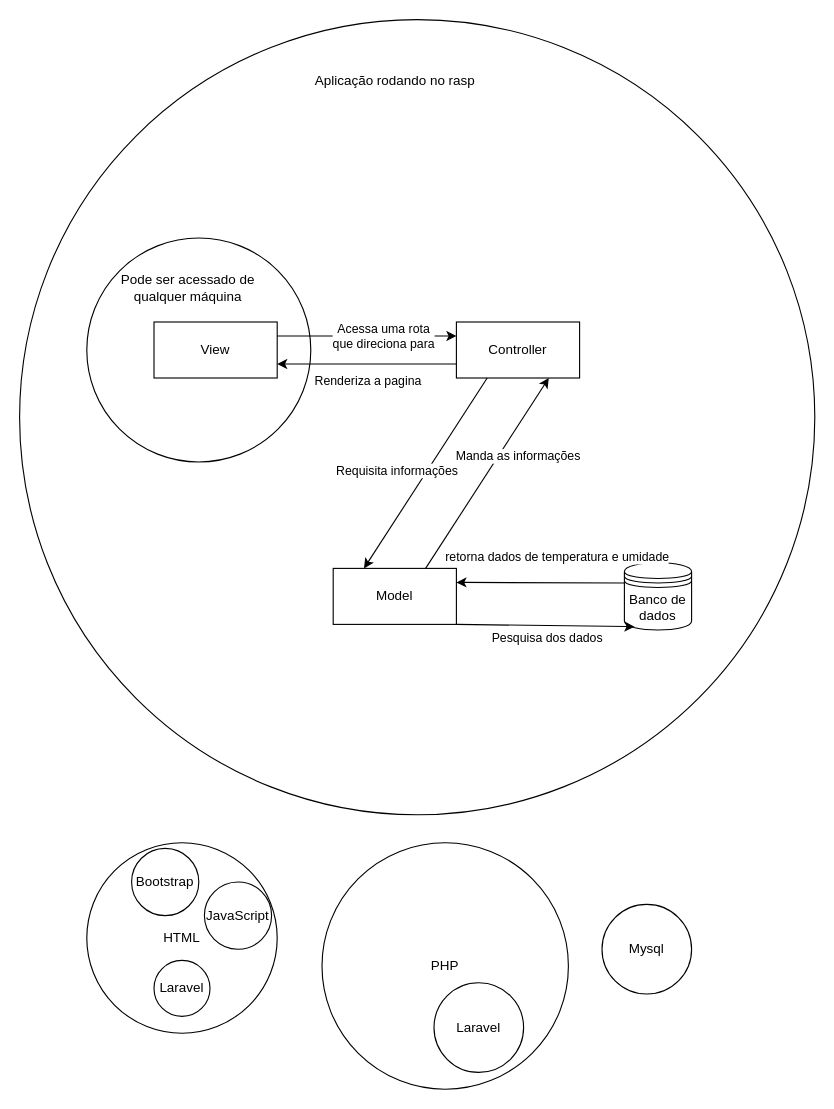
Earlier version of the draw.io diagram Diagrama sem nome.drawio (Lecrepus17/ofmakers). Source tidied: cells renumbered, new cells numbered last; positions are measured from the earlier drawing's top-left corner, leaving out a move shared by most shapes. Both pictures are drawn from the tidied source at 112%, with x=0, y=0 at pixel (19, 19).
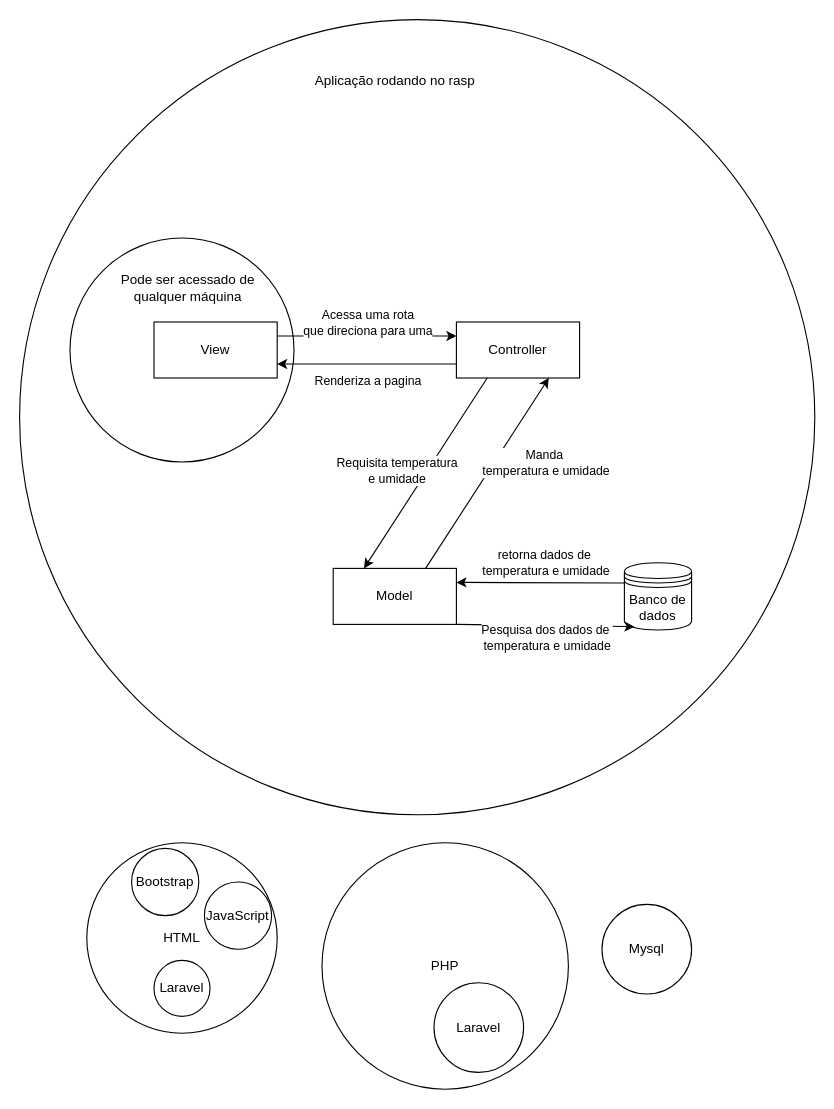
Above is the later version.

Unchanged cells that the change refers to:
```xml
<mxCell id="7" style="endArrow=classic;html=1;rounded=0;exitX=0.75;exitY=0;exitDx=0;exitDy=0;entryX=0.75;entryY=1;entryDx=0;entryDy=0;" parent="1" edge="1" source="5" target="4">
  <mxGeometry relative="1" as="geometry" />
</mxCell>
<mxCell id="9" style="endArrow=classic;html=1;rounded=0;exitX=0.25;exitY=1;exitDx=0;exitDy=0;entryX=0.25;entryY=0;entryDx=0;entryDy=0;" parent="1" edge="1" source="4" target="5">
  <mxGeometry relative="1" as="geometry" />
</mxCell>
<mxCell id="11" style="endArrow=classic;html=1;rounded=0;exitX=0;exitY=0.3;exitDx=0;exitDy=0;entryX=1;entryY=0.25;entryDx=0;entryDy=0;" parent="1" edge="1" source="6" target="5">
  <mxGeometry relative="1" as="geometry" />
</mxCell>
<mxCell id="13" style="endArrow=classic;html=1;rounded=0;exitX=1;exitY=1;exitDx=0;exitDy=0;entryX=0.15;entryY=0.95;entryDx=0;entryDy=0;entryPerimeter=0;" parent="1" edge="1" source="5" target="6">
  <mxGeometry relative="1" as="geometry" />
</mxCell>
<mxCell id="18" style="endArrow=classic;html=1;rounded=0;exitX=1;exitY=0.25;exitDx=0;exitDy=0;entryX=0;entryY=0.25;entryDx=0;entryDy=0;" parent="1" edge="1" source="15" target="4">
  <mxGeometry relative="1" as="geometry" />
</mxCell>
```

Change to the diagram source:
```diff
@@
     <mxCell id="3" value="&lt;div&gt;&lt;br&gt;&lt;/div&gt;&lt;div&gt;&lt;br&gt;&lt;/div&gt;&lt;div&gt;&lt;br&gt;&lt;/div&gt;&lt;div&gt;&lt;br&gt;&lt;/div&gt;&lt;div&gt;&lt;br&gt;&lt;/div&gt;&lt;div&gt;&lt;br&gt;&lt;/div&gt;" style="ellipse;whiteSpace=wrap;html=1;direction=south;" parent="1" vertex="1">
-      <mxGeometry x="60" y="195" width="200" height="200" as="geometry" />
+      <mxGeometry x="45" y="195" width="200" height="200" as="geometry" />
     </mxCell>
@@
-    <mxCell id="8" value="Manda as informações" style="edgeLabel;html=1;align=center;verticalAlign=middle;" parent="7" vertex="1">
+    <mxCell id="8" value="&lt;div&gt;Manda&amp;nbsp;&lt;/div&gt;&lt;div&gt;temperatura e umidade&lt;/div&gt;" style="edgeLabel;html=1;align=center;verticalAlign=middle;" parent="7" vertex="1">
       <mxGeometry x="0.18" y="-4" relative="1" as="geometry">
-        <mxPoint x="14" y="-3" as="offset" />
+        <mxPoint x="39" y="3" as="offset" />
       </mxGeometry>
     </mxCell>
@@
-    <mxCell id="10" value="Requisita informações" style="edgeLabel;html=1;align=center;verticalAlign=middle;" parent="9" vertex="1">
+    <mxCell id="10" value="&lt;div&gt;Requisita temperatura&lt;/div&gt;&lt;div&gt;e umidade&lt;br&gt;&lt;/div&gt;" style="edgeLabel;html=1;align=center;verticalAlign=middle;" parent="9" vertex="1">
       <mxGeometry x="0.36" y="-3" relative="1" as="geometry">
         <mxPoint x="-4" y="-32" as="offset" />
       </mxGeometry>
     </mxCell>
@@
-    <mxCell id="12" value="retorna dados de temperatura e umidade" style="edgeLabel;html=1;align=center;verticalAlign=middle;" parent="11" vertex="1">
+    <mxCell id="12" value="&lt;div&gt;retorna dados de&amp;nbsp;&lt;/div&gt;&lt;div&gt;temperatura e umidade&lt;/div&gt;" style="edgeLabel;html=1;align=center;verticalAlign=middle;" parent="11" vertex="1">
       <mxGeometry x="0.14" y="3" relative="1" as="geometry">
-        <mxPoint x="26" y="-26" as="offset" />
+        <mxPoint x="16" y="-21" as="offset" />
       </mxGeometry>
     </mxCell>
@@
-    <mxCell id="14" value="Pesquisa dos dados" style="edgeLabel;html=1;align=center;verticalAlign=middle;" parent="13" vertex="1">
+    <mxCell id="14" value="&lt;div&gt;Pesquisa dos dados de&amp;nbsp;&lt;/div&gt;&lt;div&gt;temperatura e umidade&lt;br&gt;&lt;/div&gt;" style="edgeLabel;html=1;align=center;verticalAlign=middle;" parent="13" vertex="1">
       <mxGeometry x="-0.39" y="1" relative="1" as="geometry">
         <mxPoint x="32" y="12" as="offset" />
       </mxGeometry>
     </mxCell>
@@
-    <mxCell id="19" value="&lt;div&gt;Acessa uma rota&lt;/div&gt;&lt;div&gt;que direciona para&lt;br&gt;&lt;/div&gt;" style="edgeLabel;html=1;align=center;verticalAlign=middle;" parent="18" vertex="1">
+    <mxCell id="19" value="&lt;div&gt;Acessa uma rota&lt;/div&gt;&lt;div&gt;que direciona para uma&lt;br&gt;&lt;/div&gt;" style="edgeLabel;html=1;align=center;verticalAlign=middle;" parent="18" vertex="1">
       <mxGeometry x="0.05" y="-3" relative="1" as="geometry">
-        <mxPoint x="10" y="-3" as="offset" />
+        <mxPoint x="-4" y="-15" as="offset" />
       </mxGeometry>
     </mxCell>
```
